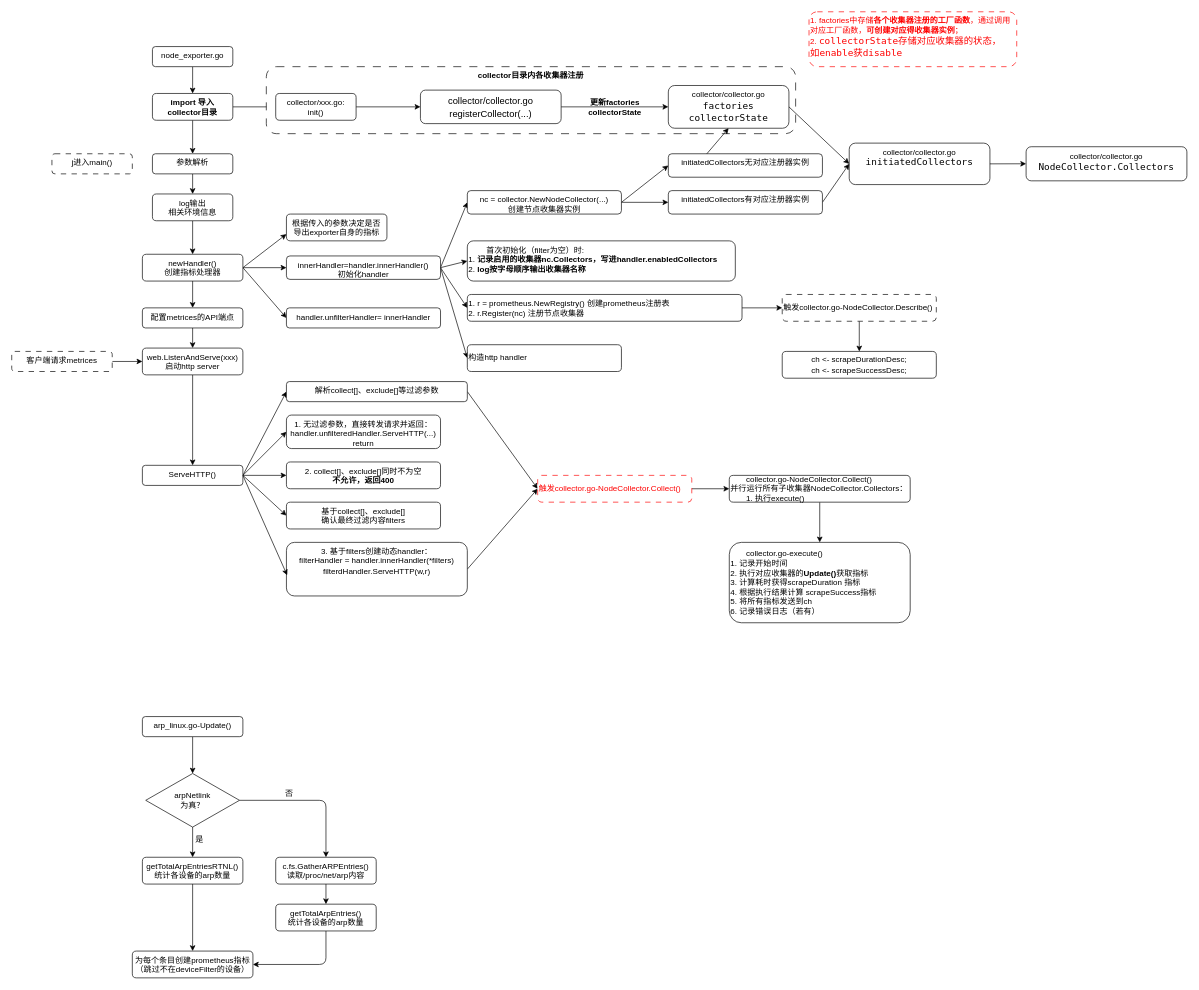
Above: notes/node-exporter.drawio in fsqHub/node_exporter (draw.io), before the change. Source tidied: cells renumbered, new cells numbered last; positions are measured from the earlier drawing's top-left corner, leaving out a move shared by most shapes. Both pictures are drawn from the tidied source at 67%, with x=0, y=0 at pixel (11, 11).
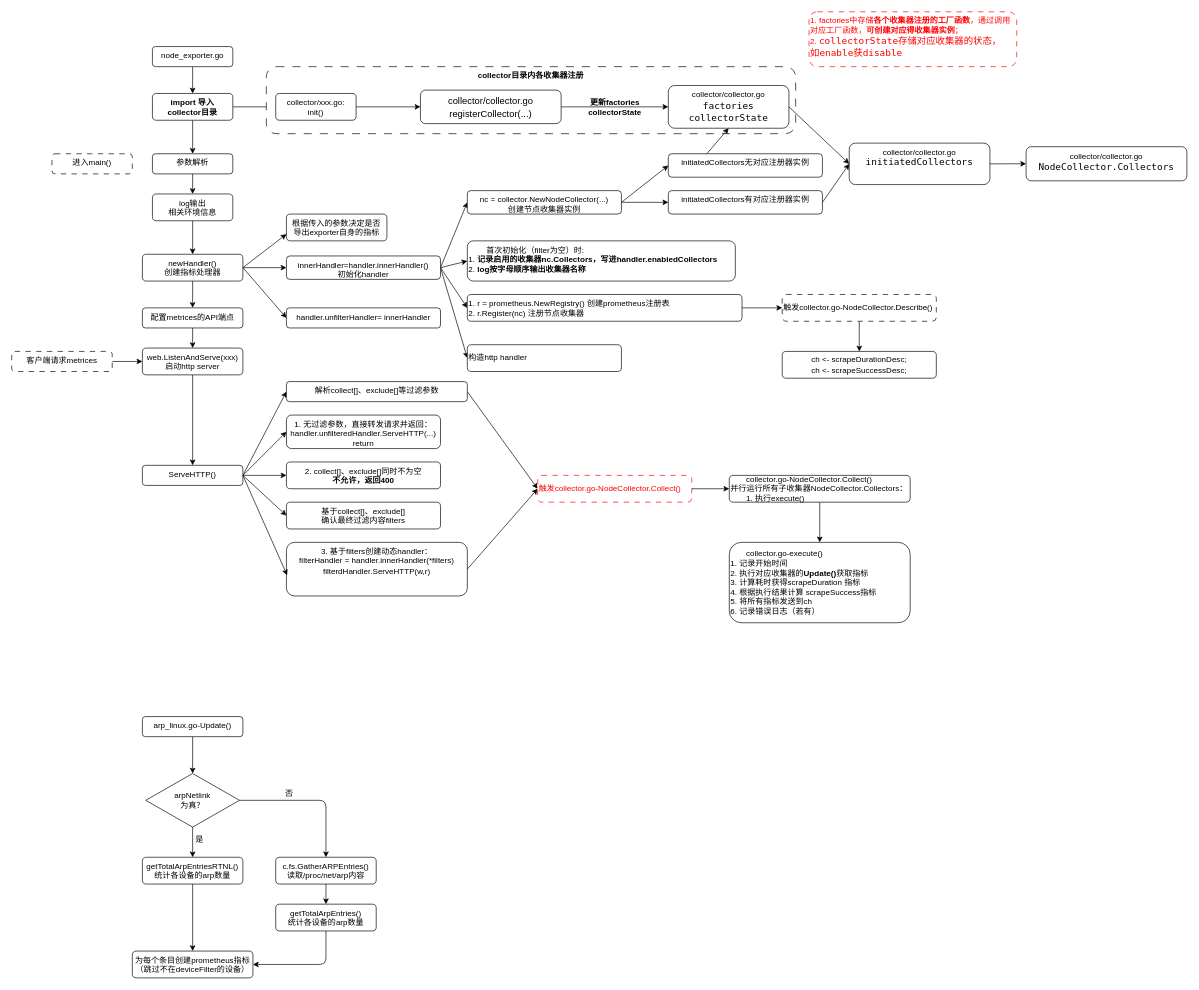
The same diagram, later.

The edit, as a diff of the source:
```diff
@@
-    <mxCell id="14" value="j进入main()" style="rounded=1;whiteSpace=wrap;html=1;verticalAlign=top;dashed=1;dashPattern=8 8;fontColor=#000000;labelBackgroundColor=none;" parent="1" vertex="1">
+    <mxCell id="14" value="进入main()" style="rounded=1;whiteSpace=wrap;html=1;verticalAlign=top;dashed=1;dashPattern=8 8;fontColor=#000000;labelBackgroundColor=none;" parent="1" vertex="1">
       <mxGeometry x="60" y="212" width="120" height="30" as="geometry" />
     </mxCell>
```
